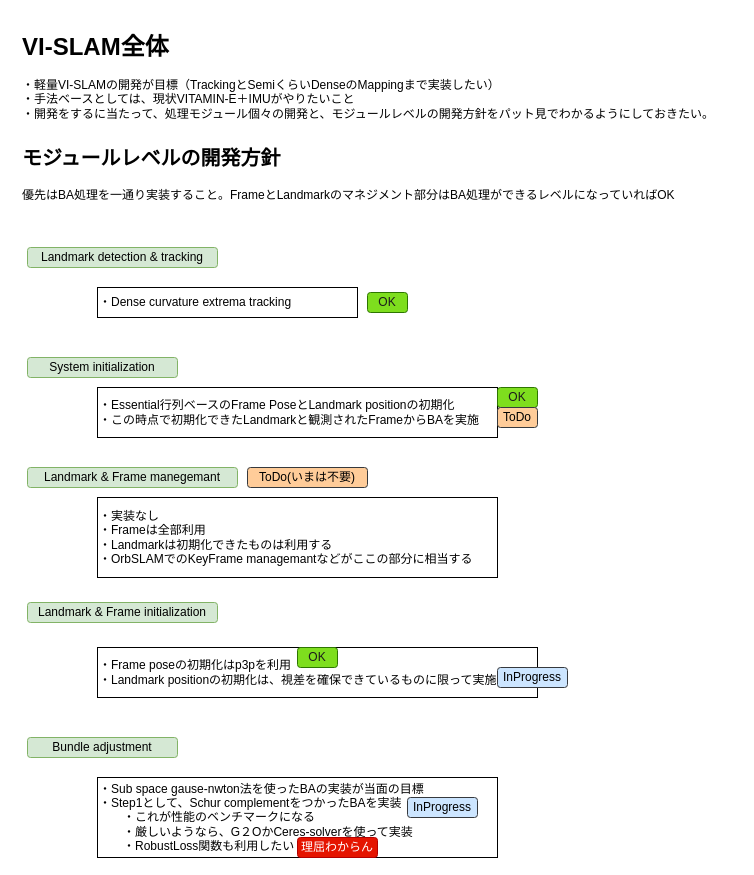
This is page "Overview" (1 of 6) of docs/vislam.drawio from eryeden/vi-slam, a draw.io file, before an edit. Source tidied: cells renumbered, new cells numbered last; positions are measured from the earlier drawing's top-left corner, leaving out a move shared by most shapes. Both pictures are drawn from the tidied source at 100%, with x=0, y=0 at pixel (17, 27).
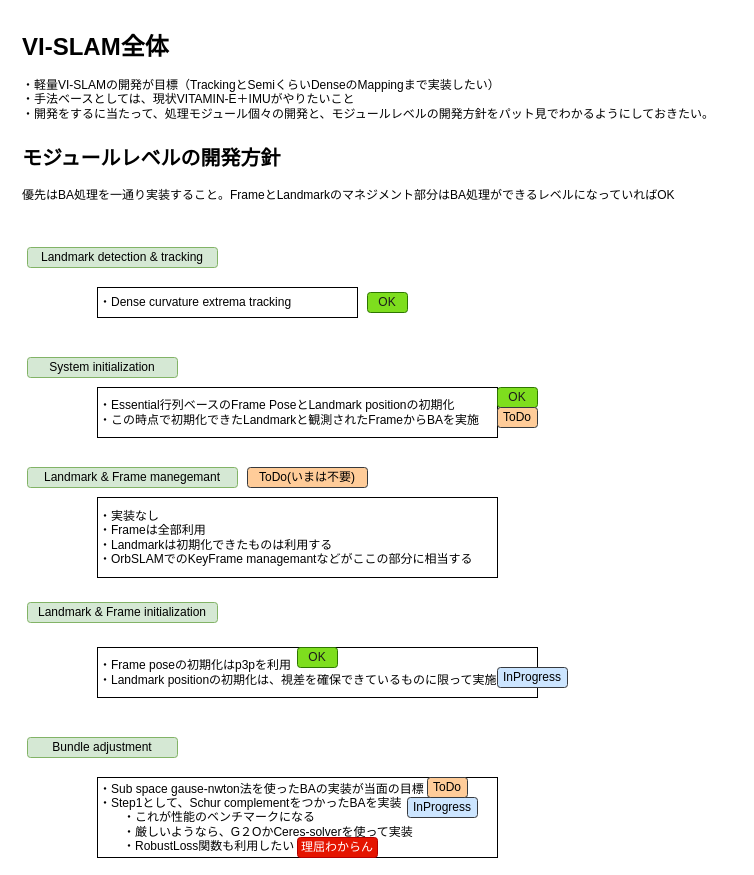
The same diagram, later.

The edit, as a diff of the source:
```diff
@@
+    <mxCell id="22" value="ToDo" style="rounded=1;whiteSpace=wrap;html=1;align=center;fillColor=#ffcc99;strokeColor=#36393d;" parent="1" vertex="1">
+      <mxGeometry x="410" y="750" width="40" height="20" as="geometry" />
+    </mxCell>
```
